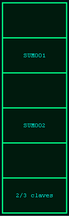
Before: reportes/b.png, a diagram exported from Graphviz (RONY36606/EDD_1S2026_PY_-202307793_FASE1-2-3). Its source is kept beside it as reportes/b.dot. The source it was exported from:
```dot
digraph ArbolB {
    rankdir=TB;
    bgcolor="#040d14";
    node [shape=record, fontname="Courier", fontsize=10,
          style=filled, fontcolor="#00ffe7", margin="0.3"];
    edge [color="#00ffe7", fontname="Courier", fontsize=9];
    n0 [label="{<h0> |SUM001| <h1> |SUM002| <h2> | 2/3 claves}", fillcolor="#001a0d", color="#00ff88", penwidth=2];
}
```
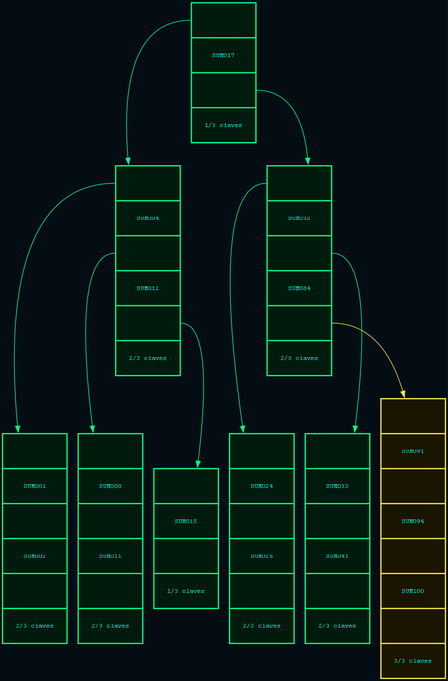
The same diagram one commit later.

Diff of the diagram source:
```diff
@@ -4,5 +4,21 @@
     node [shape=record, fontname="Courier", fontsize=10,
           style=filled, fontcolor="#00ffe7", margin="0.3"];
     edge [color="#00ffe7", fontname="Courier", fontsize=9];
-    n0 [label="{<h0> |SUM001| <h1> |SUM002| <h2> | 2/3 claves}", fillcolor="#001a0d", color="#00ff88", penwidth=2];
+    n0 [label="{<h0> |SUM017| <h1> | 1/3 claves}", fillcolor="#001a0d", color="#00ff88", penwidth=2];
+    n1 [label="{<h0> |SUM004| <h1> |SUM012| <h2> | 2/3 claves}", fillcolor="#001a0d", color="#00ff88", penwidth=2];
+    n0:h0 -> n1 [color="#00ff88"];
+    n2 [label="{<h0> |SUM001| <h1> |SUM002| <h2> | 2/3 claves}", fillcolor="#001a0d", color="#00ff88", penwidth=2];
+    n1:h0 -> n2 [color="#00ff88"];
+    n3 [label="{<h0> |SUM008| <h1> |SUM011| <h2> | 2/3 claves}", fillcolor="#001a0d", color="#00ff88", penwidth=2];
+    n1:h1 -> n3 [color="#00ff88"];
+    n4 [label="{<h0> |SUM015| <h1> | 1/3 claves}", fillcolor="#001a0d", color="#00ff88", penwidth=2];
+    n1:h2 -> n4 [color="#00ff88"];
+    n5 [label="{<h0> |SUM032| <h1> |SUM084| <h2> | 2/3 claves}", fillcolor="#001a0d", color="#00ff88", penwidth=2];
+    n0:h1 -> n5 [color="#00ff88"];
+    n6 [label="{<h0> |SUM024| <h1> |SUM026| <h2> | 2/3 claves}", fillcolor="#001a0d", color="#00ff88", penwidth=2];
+    n5:h0 -> n6 [color="#00ff88"];
+    n7 [label="{<h0> |SUM033| <h1> |SUM041| <h2> | 2/3 claves}", fillcolor="#001a0d", color="#00ff88", penwidth=2];
+    n5:h1 -> n7 [color="#00ff88"];
+    n8 [label="{<h0> |SUM091| <h1> |SUM094| <h2> |SUM100| <h3> | 3/3 claves}", fillcolor="#1a1500", color="#f5e642", penwidth=2];
+    n5:h2 -> n8 [color="#f5e642"];
 }
```
